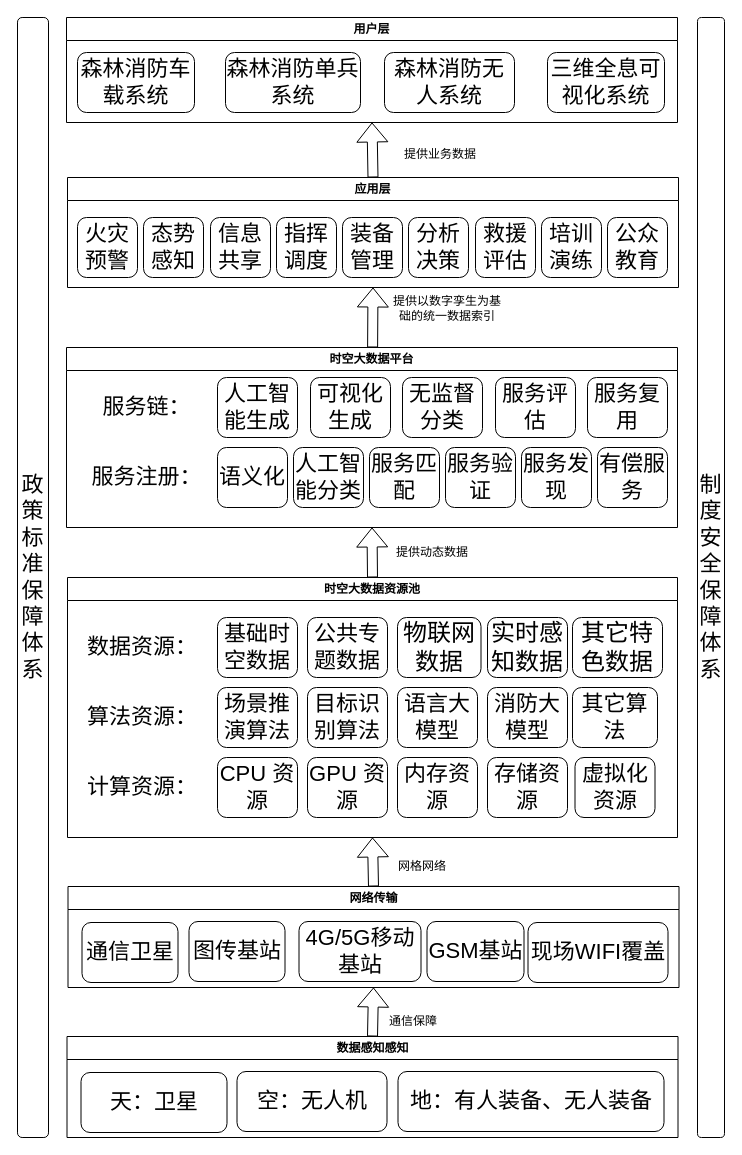
Earlier version of the draw.io diagram 西格玛指挥车系统层级图.drawio (gaochaowyq/MinderGraph). Source tidied: cells renumbered, new cells numbered last; positions are measured from the earlier drawing's top-left corner, leaving out a move shared by most shapes. Both pictures are drawn from the tidied source at 100%, with x=0, y=0 at pixel (17, 17).
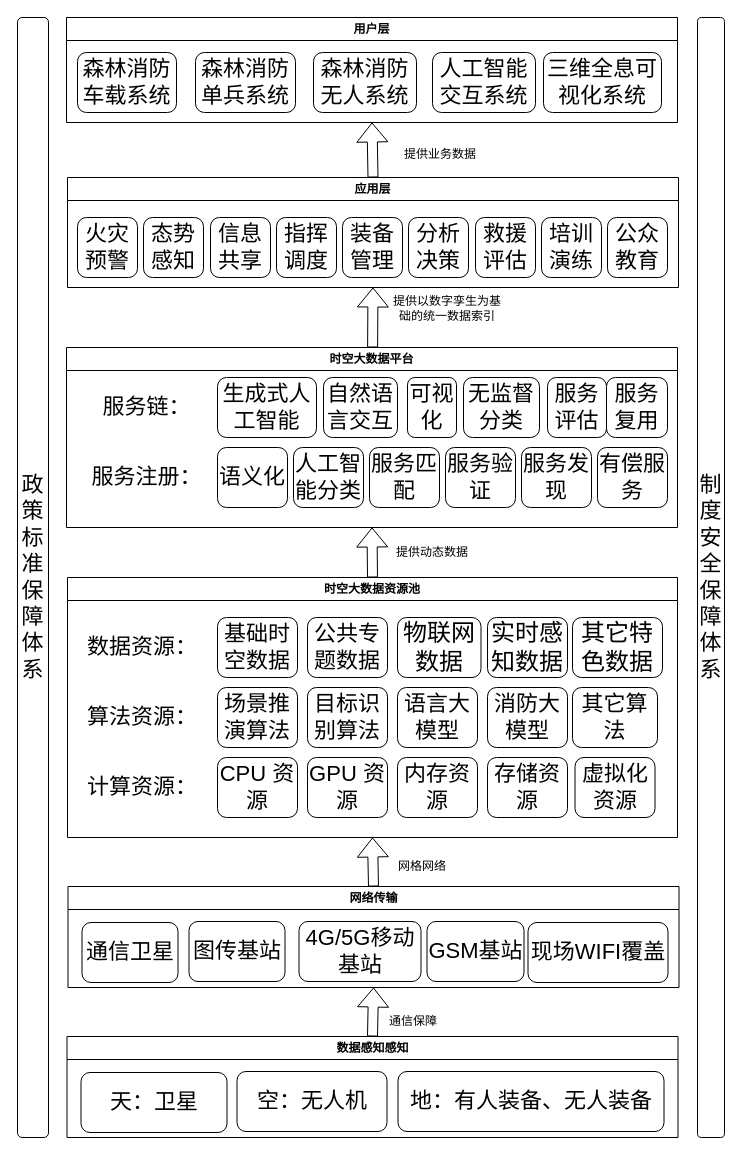
The same diagram, later.

Commit message:
更新西格玛指挥车系统层级图.drawio

Unchanged cells that the change refers to:
```xml
<mxCell id="8" value="时空大数据平台" style="swimlane;whiteSpace=wrap;html=1;" parent="1" vertex="1">
  <mxGeometry x="49" y="330" width="611" height="180" as="geometry" />
</mxCell>
<mxCell id="32" value="用户层" style="swimlane;whiteSpace=wrap;html=1;" parent="1" vertex="1">
  <mxGeometry x="49" width="611" height="105" as="geometry" />
</mxCell>
```

Change to the diagram source:
```diff
@@
     <mxCell id="15" value="&lt;span style=&quot;font-size: 22px;&quot;&gt;服务评估&lt;/span&gt;" style="rounded=1;whiteSpace=wrap;html=1;" parent="8" vertex="1">
-      <mxGeometry x="429" y="30" width="80" height="60" as="geometry" />
+      <mxGeometry x="481" y="30" width="59" height="60" as="geometry" />
     </mxCell>
@@
-    <mxCell id="18" value="&lt;span style=&quot;font-size: 22px;&quot;&gt;人工智能生成&lt;/span&gt;" style="rounded=1;whiteSpace=wrap;html=1;" parent="8" vertex="1">
-      <mxGeometry x="151" y="30" width="80" height="60" as="geometry" />
+    <mxCell id="18" value="&lt;span style=&quot;font-size: 22px;&quot;&gt;生成式人工智能&lt;/span&gt;" style="rounded=1;whiteSpace=wrap;html=1;" parent="8" vertex="1">
+      <mxGeometry x="151" y="30" width="99" height="60" as="geometry" />
     </mxCell>
     <mxCell id="19" value="&lt;span style=&quot;font-size: 22px;&quot;&gt;服务复用&lt;/span&gt;" style="rounded=1;whiteSpace=wrap;html=1;" parent="8" vertex="1">
-      <mxGeometry x="521" y="30" width="80" height="60" as="geometry" />
+      <mxGeometry x="540" y="30" width="61" height="60" as="geometry" />
     </mxCell>
     <mxCell id="20" value="&lt;span style=&quot;font-size: 22px;&quot;&gt;无监督分类&lt;/span&gt;" style="rounded=1;whiteSpace=wrap;html=1;" parent="8" vertex="1">
-      <mxGeometry x="336" y="30" width="80" height="60" as="geometry" />
+      <mxGeometry x="397" y="30" width="76" height="60" as="geometry" />
     </mxCell>
-    <mxCell id="21" value="&lt;span style=&quot;font-size: 22px;&quot;&gt;可视化生成&lt;/span&gt;" style="rounded=1;whiteSpace=wrap;html=1;" parent="8" vertex="1">
-      <mxGeometry x="244" y="30" width="80" height="60" as="geometry" />
+    <mxCell id="21" value="&lt;span style=&quot;font-size: 22px;&quot;&gt;可视化&lt;/span&gt;" style="rounded=1;whiteSpace=wrap;html=1;" parent="8" vertex="1">
+      <mxGeometry x="341" y="30" width="49" height="60" as="geometry" />
     </mxCell>
+    <mxCell id="72" value="&lt;span style=&quot;font-size: 22px;&quot;&gt;自然语言交互&lt;/span&gt;" style="rounded=1;whiteSpace=wrap;html=1;" parent="8" vertex="1">
+      <mxGeometry x="257" y="30" width="74" height="60" as="geometry" />
+    </mxCell>
@@
-    <mxCell id="33" value="&lt;span style=&quot;font-size: 22px;&quot;&gt;森林消防车载系统&lt;/span&gt;" style="rounded=1;whiteSpace=wrap;html=1;" parent="32" vertex="1">
-      <mxGeometry x="11" y="35" width="117" height="60" as="geometry" />
+    <mxCell id="33" value="&lt;span style=&quot;font-size: 22px;&quot;&gt;森林消防车载系统&lt;/span&gt;" style="rounded=1;whiteSpace=wrap;html=1;flipH=1;" parent="32" vertex="1">
+      <mxGeometry x="11" y="35" width="99" height="60" as="geometry" />
     </mxCell>
-    <mxCell id="34" value="&lt;span style=&quot;font-size: 22px;&quot;&gt;森林消防单兵系统&lt;/span&gt;" style="rounded=1;whiteSpace=wrap;html=1;" parent="32" vertex="1">
-      <mxGeometry x="159" y="35" width="135" height="60" as="geometry" />
+    <mxCell id="34" value="&lt;span style=&quot;font-size: 22px;&quot;&gt;森林消防单兵系统&lt;/span&gt;" style="rounded=1;whiteSpace=wrap;html=1;flipH=1;" parent="32" vertex="1">
+      <mxGeometry x="129" y="35" width="100" height="60" as="geometry" />
     </mxCell>
-    <mxCell id="35" value="&lt;span style=&quot;font-size: 22px;&quot;&gt;森林消防无人系统&lt;/span&gt;" style="rounded=1;whiteSpace=wrap;html=1;" parent="32" vertex="1">
-      <mxGeometry x="318" y="35" width="130" height="60" as="geometry" />
+    <mxCell id="35" value="&lt;span style=&quot;font-size: 22px;&quot;&gt;森林消防无人系统&lt;/span&gt;" style="rounded=1;whiteSpace=wrap;html=1;flipH=1;" parent="32" vertex="1">
+      <mxGeometry x="247" y="35" width="103" height="60" as="geometry" />
     </mxCell>
-    <mxCell id="36" value="&lt;span style=&quot;font-size: 22px;&quot;&gt;三维全息可视化系统&lt;/span&gt;" style="rounded=1;whiteSpace=wrap;html=1;" parent="32" vertex="1">
-      <mxGeometry x="481" y="35" width="117" height="60" as="geometry" />
+    <mxCell id="36" value="&lt;span style=&quot;font-size: 22px;&quot;&gt;三维全息可视化系统&lt;/span&gt;" style="rounded=1;whiteSpace=wrap;html=1;flipH=1;" parent="32" vertex="1">
+      <mxGeometry x="477" y="35" width="118" height="60" as="geometry" />
     </mxCell>
+    <mxCell id="73" value="&lt;span style=&quot;font-size: 22px;&quot;&gt;人工智能交互系统&lt;/span&gt;" style="rounded=1;whiteSpace=wrap;html=1;flipH=1;" parent="32" vertex="1">
+      <mxGeometry x="366" y="35" width="103" height="60" as="geometry" />
+    </mxCell>
```
